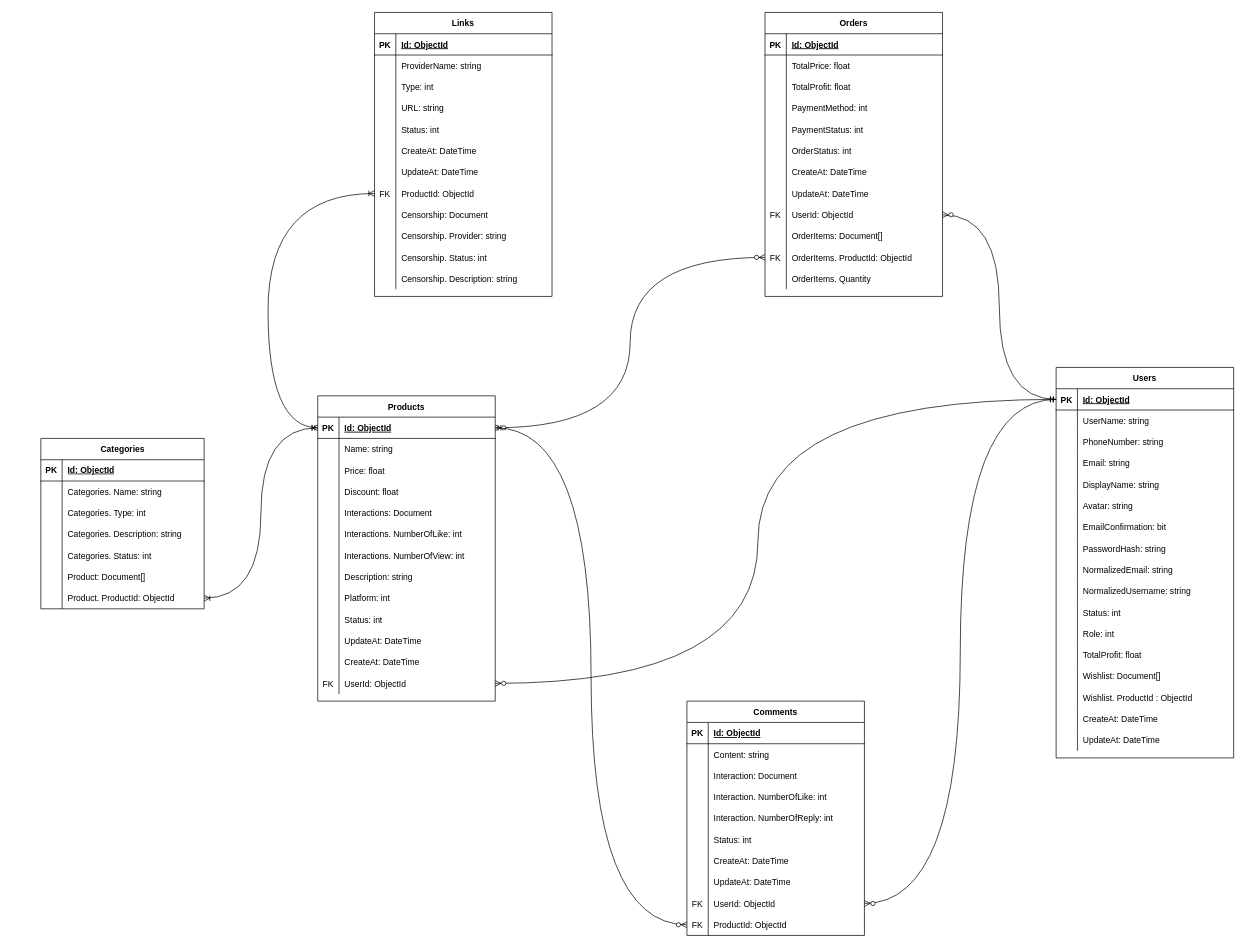
Earlier version of the draw.io diagram page "ERD v2" (3 of 3) of Report/ERD.drawio (G4Teammates/G4U). Source tidied: cells renumbered, new cells numbered last; positions are measured from the earlier drawing's top-left corner, leaving out a move shared by most shapes. Both pictures are drawn from the tidied source at 71%, with x=0, y=0 at pixel (40, 12).
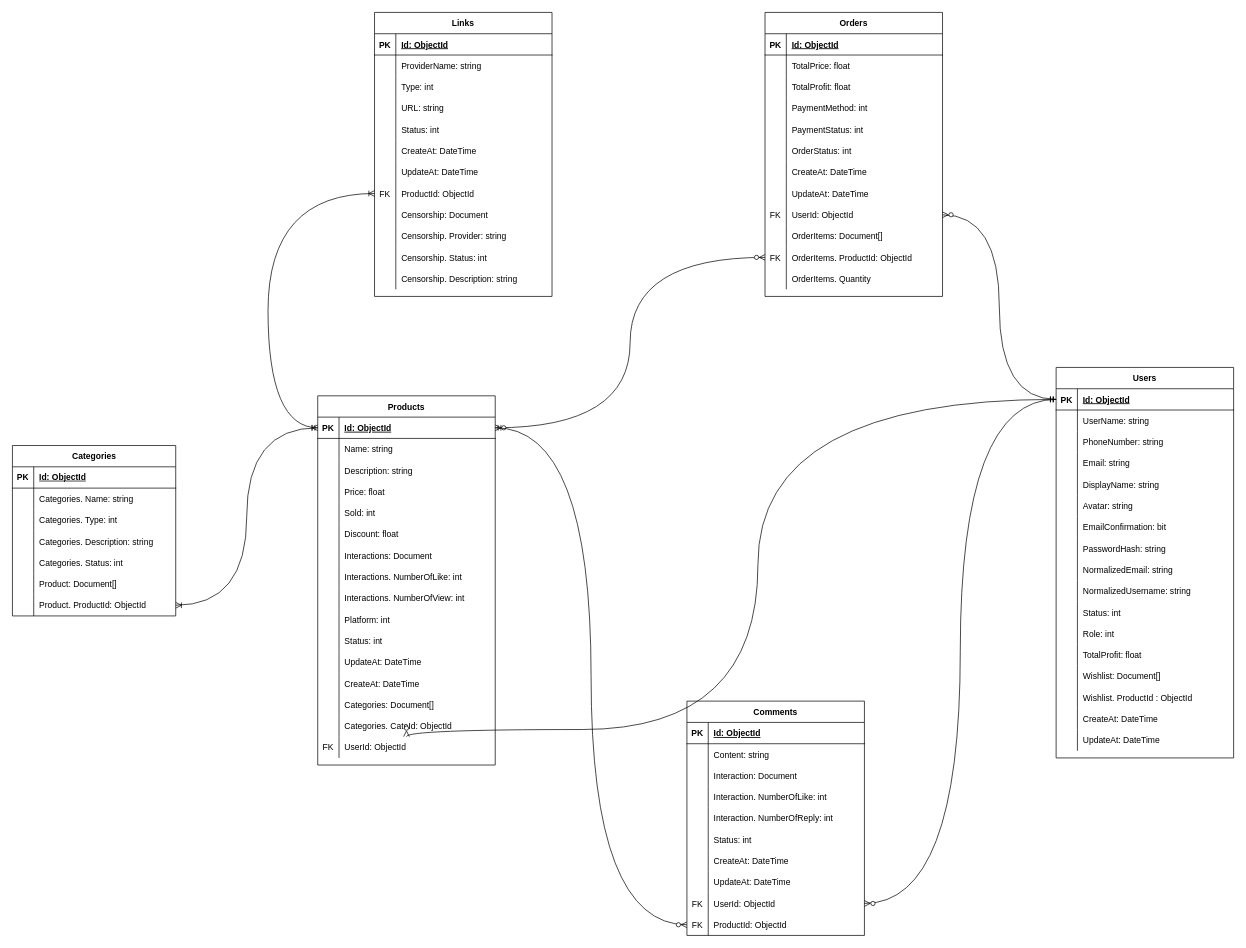
The same page after the edit.

The change refers to these unchanged cells:
```xml
<mxCell id="80" style="shape=partialRectangle;fillColor=none;points=[[0,0.5],[1,0.5]];portConstraint=eastwest;top=0;left=0;right=0;bottom=1;" parent="79" vertex="1">
  <mxGeometry y="30" width="250" height="30" as="geometry" />
</mxCell>
```

What changed in the source:
```diff
@@
     <mxCell id="39" value="Products" style="shape=table;startSize=30;childLayout=tableLayout;rowLines=0;fontStyle=1;align=center;" parent="1" vertex="1">
-      <mxGeometry x="390" y="540" width="250" height="430" as="geometry" />
+      <mxGeometry x="390" y="540" width="250" height="520" as="geometry" />
     </mxCell>
@@
+    <mxCell id="61" style="shape=partialRectangle;fillColor=none;top=0;left=0;right=0;bottom=0;" parent="39" vertex="1">
+      <mxGeometry y="90" width="250" height="30" as="geometry" />
+    </mxCell>
+    <mxCell id="62" style="shape=partialRectangle;overflow=hidden;fillColor=none;top=0;left=0;bottom=0;right=0;" parent="61" vertex="1">
+      <mxGeometry width="30" height="30" as="geometry" />
+    </mxCell>
+    <mxCell id="63" value="Description: string" style="shape=partialRectangle;overflow=hidden;fillColor=none;top=0;left=0;bottom=0;right=0;align=left;spacingLeft=6;" parent="61" vertex="1">
+      <mxGeometry x="30" width="220" height="30" as="geometry" />
+    </mxCell>
     <mxCell id="46" style="shape=partialRectangle;fillColor=none;top=0;left=0;right=0;bottom=0;" parent="39" vertex="1">
-      <mxGeometry y="90" width="250" height="30" as="geometry" />
+      <mxGeometry y="120" width="250" height="30" as="geometry" />
     </mxCell>
@@
+    <mxCell id="228" style="shape=partialRectangle;fillColor=none;top=0;left=0;right=0;bottom=0;" parent="39" vertex="1">
+      <mxGeometry y="150" width="250" height="30" as="geometry" />
+    </mxCell>
+    <mxCell id="229" style="shape=partialRectangle;overflow=hidden;fillColor=none;top=0;left=0;bottom=0;right=0;" parent="228" vertex="1">
+      <mxGeometry width="30" height="30" as="geometry" />
+    </mxCell>
+    <mxCell id="230" value="Sold: int" style="shape=partialRectangle;overflow=hidden;fillColor=none;top=0;left=0;bottom=0;right=0;align=left;spacingLeft=6;" parent="228" vertex="1">
+      <mxGeometry x="30" width="220" height="30" as="geometry" />
+    </mxCell>
     <mxCell id="49" style="shape=partialRectangle;fillColor=none;top=0;left=0;right=0;bottom=0;" parent="39" vertex="1">
-      <mxGeometry y="120" width="250" height="30" as="geometry" />
+      <mxGeometry y="180" width="250" height="30" as="geometry" />
     </mxCell>
@@
     <mxCell id="52" style="shape=partialRectangle;fillColor=none;top=0;left=0;right=0;bottom=0;" parent="39" vertex="1">
-      <mxGeometry y="150" width="250" height="30" as="geometry" />
+      <mxGeometry y="210" width="250" height="30" as="geometry" />
     </mxCell>
@@
     <mxCell id="55" style="shape=partialRectangle;fillColor=none;top=0;left=0;right=0;bottom=0;" parent="39" vertex="1">
-      <mxGeometry y="180" width="250" height="30" as="geometry" />
+      <mxGeometry y="240" width="250" height="30" as="geometry" />
     </mxCell>
@@
     <mxCell id="58" style="shape=partialRectangle;fillColor=none;top=0;left=0;right=0;bottom=0;" parent="39" vertex="1">
-      <mxGeometry y="210" width="250" height="30" as="geometry" />
+      <mxGeometry y="270" width="250" height="30" as="geometry" />
     </mxCell>
@@
-    <mxCell id="61" style="shape=partialRectangle;fillColor=none;top=0;left=0;right=0;bottom=0;" parent="39" vertex="1">
-      <mxGeometry y="240" width="250" height="30" as="geometry" />
-    </mxCell>
-    <mxCell id="62" style="shape=partialRectangle;overflow=hidden;fillColor=none;top=0;left=0;bottom=0;right=0;" parent="61" vertex="1">
-      <mxGeometry width="30" height="30" as="geometry" />
-    </mxCell>
-    <mxCell id="63" value="Description: string" style="shape=partialRectangle;overflow=hidden;fillColor=none;top=0;left=0;bottom=0;right=0;align=left;spacingLeft=6;" parent="61" vertex="1">
-      <mxGeometry x="30" width="220" height="30" as="geometry" />
-    </mxCell>
     <mxCell id="64" style="shape=partialRectangle;fillColor=none;top=0;left=0;right=0;bottom=0;" parent="39" vertex="1">
-      <mxGeometry y="270" width="250" height="30" as="geometry" />
+      <mxGeometry y="300" width="250" height="30" as="geometry" />
     </mxCell>
@@
     <mxCell id="67" style="shape=partialRectangle;fillColor=none;top=0;left=0;right=0;bottom=0;" parent="39" vertex="1">
-      <mxGeometry y="300" width="250" height="30" as="geometry" />
+      <mxGeometry y="330" width="250" height="30" as="geometry" />
     </mxCell>
@@
     <mxCell id="70" style="shape=partialRectangle;fillColor=none;top=0;left=0;right=0;bottom=0;" parent="39" vertex="1">
-      <mxGeometry y="330" width="250" height="30" as="geometry" />
+      <mxGeometry y="360" width="250" height="30" as="geometry" />
     </mxCell>
@@
     <mxCell id="73" style="shape=partialRectangle;fillColor=none;top=0;left=0;right=0;bottom=0;" parent="39" vertex="1">
-      <mxGeometry y="360" width="250" height="30" as="geometry" />
+      <mxGeometry y="390" width="250" height="30" as="geometry" />
     </mxCell>
@@
+    <mxCell id="231" style="shape=partialRectangle;fillColor=none;top=0;left=0;right=0;bottom=0;" parent="39" vertex="1">
+      <mxGeometry y="420" width="250" height="30" as="geometry" />
+    </mxCell>
+    <mxCell id="232" style="shape=partialRectangle;overflow=hidden;fillColor=none;top=0;left=0;bottom=0;right=0;" parent="231" vertex="1">
+      <mxGeometry width="30" height="30" as="geometry" />
+    </mxCell>
+    <mxCell id="233" value="Categories: Document[]" style="shape=partialRectangle;overflow=hidden;fillColor=none;top=0;left=0;bottom=0;right=0;align=left;spacingLeft=6;" parent="231" vertex="1">
+      <mxGeometry x="30" width="220" height="30" as="geometry" />
+    </mxCell>
+    <mxCell id="234" style="shape=partialRectangle;fillColor=none;top=0;left=0;right=0;bottom=0;" parent="39" vertex="1">
+      <mxGeometry y="450" width="250" height="30" as="geometry" />
+    </mxCell>
+    <mxCell id="235" style="shape=partialRectangle;overflow=hidden;fillColor=none;top=0;left=0;bottom=0;right=0;" parent="234" vertex="1">
+      <mxGeometry width="30" height="30" as="geometry" />
+    </mxCell>
+    <mxCell id="236" value="Categories. CateId: ObjectId" style="shape=partialRectangle;overflow=hidden;fillColor=none;top=0;left=0;bottom=0;right=0;align=left;spacingLeft=6;" parent="234" vertex="1">
+      <mxGeometry x="30" width="220" height="30" as="geometry" />
+    </mxCell>
     <mxCell id="76" style="shape=partialRectangle;fillColor=none;points=[[0,0.5],[1,0.5]];portConstraint=eastwest;top=0;left=0;right=0;bottom=0;" parent="39" vertex="1">
-      <mxGeometry y="390" width="250" height="30" as="geometry" />
+      <mxGeometry y="480" width="250" height="30" as="geometry" />
     </mxCell>
@@
     <mxCell id="199" style="edgeStyle=orthogonalEdgeStyle;fontSize=12;html=1;endArrow=ERzeroToMany;startArrow=ERmandOne;rounded=0;curved=1;" parent="1" edge="1" source="80" target="76">
       <mxGeometry relative="1" as="geometry">
         <Array as="points">
           <mxPoint x="1010" y="545" />
-          <mxPoint x="1010" y="945" />
+          <mxPoint x="1010" y="1010" />
         </Array>
       </mxGeometry>
     </mxCell>
@@
     <mxCell id="205" value="Categories" style="shape=table;startSize=30;childLayout=tableLayout;rowLines=0;fontStyle=1;align=center;html=1;" parent="1" vertex="1">
-      <mxGeometry y="600" width="230" height="240" as="geometry" />
+      <mxGeometry x="-40" y="610" width="230" height="240" as="geometry" />
     </mxCell>
```
